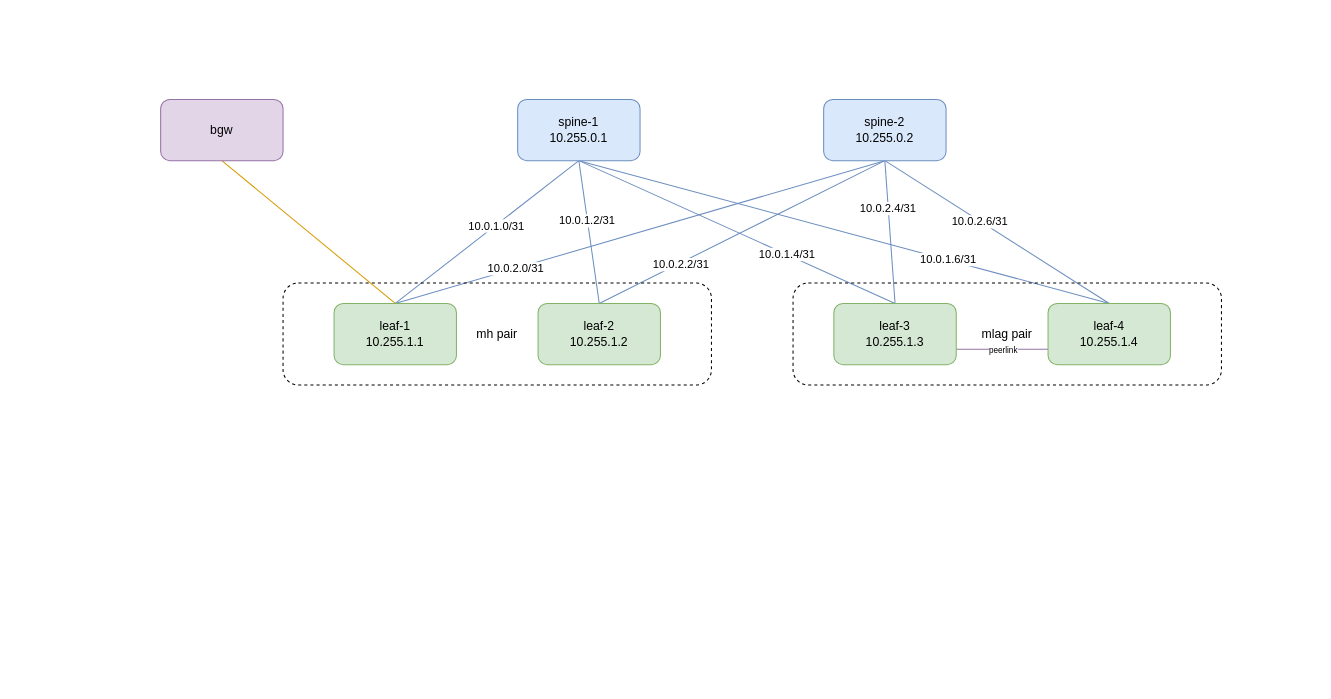
This is docs/topology.drawio from basiday/clab-dc-design-lab, a draw.io file, before an edit. Source tidied: cells renumbered, new cells numbered last; positions are measured from the earlier drawing's top-left corner, leaving out a move shared by most shapes. Both pictures are drawn from the tidied source at 102%, with x=0, y=0 at pixel (160, 99).
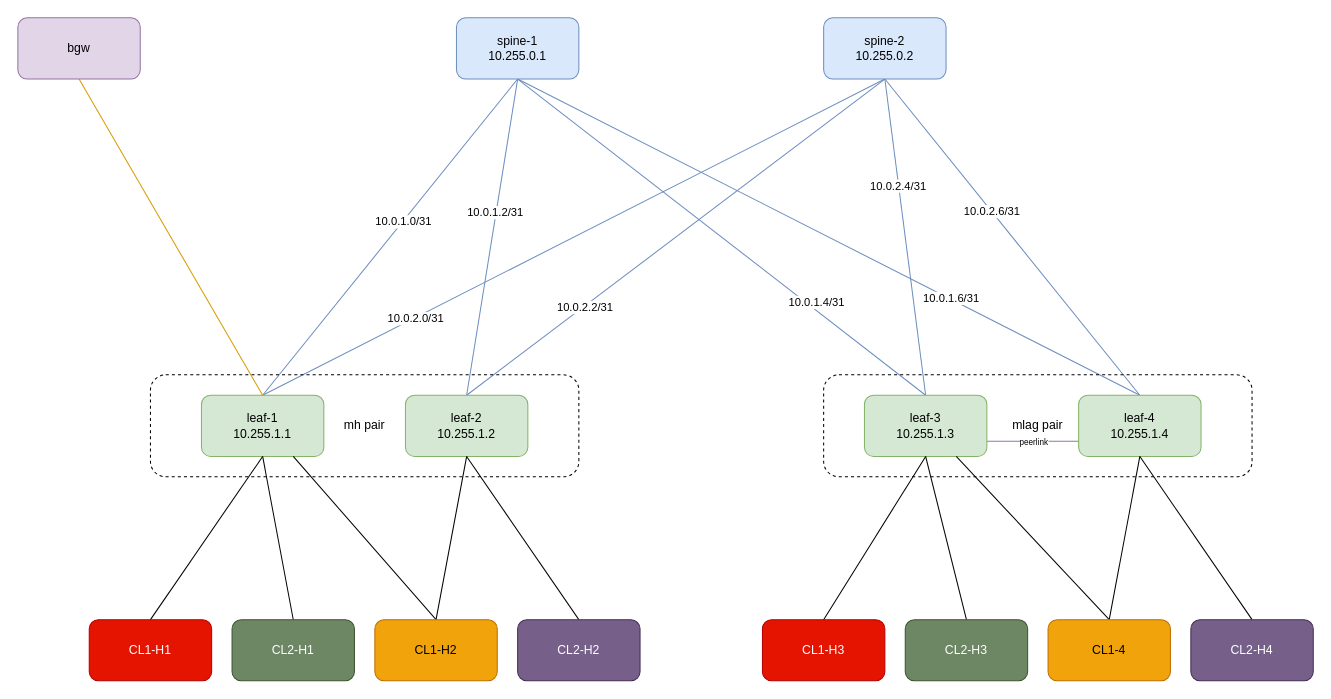
Above is the later version.

Unchanged cells that the change refers to:
```xml
<mxCell id="15" style="edgeStyle=none;html=1;endArrow=none;endFill=0;exitX=0.5;exitY=1;exitDx=0;exitDy=0;entryX=0.5;entryY=0;entryDx=0;entryDy=0;fillColor=#dae8fc;strokeColor=#6c8ebf;" parent="1" edge="1" source="19" target="26">
  <mxGeometry relative="1" as="geometry" />
</mxCell>
```

The edit, as a diff of the source:
```diff
@@
     <mxCell id="10" value="spine-2&lt;br&gt;&lt;span style=&quot;color: rgb(0, 0, 0);&quot;&gt;10.255.0.2&lt;/span&gt;" style="rounded=1;whiteSpace=wrap;html=1;roundedPerimeter=1;fillColor=#dae8fc;strokeColor=#6c8ebf;newEdgeStyle=%7B%22edgeStyle%22%3A%22none%22%2C%22html%22%3A%221%22%2C%22fillColor%22%3A%22%23dae8fc%22%2C%22strokeColor%22%3A%22%236c8ebf%22%2C%22endArrow%22%3A%22none%22%2C%22endFill%22%3A%220%22%7D;" parent="1" vertex="1">
-      <mxGeometry x="650" width="120" height="60" as="geometry" />
+      <mxGeometry x="650" y="-80" width="120" height="60" as="geometry" />
     </mxCell>
@@
     <mxCell id="16" value="10.0.1.4/31" style="edgeLabel;html=1;align=center;verticalAlign=middle;" parent="15" vertex="1">
-      <mxGeometry x="0.31" relative="1" as="geometry" />
+      <mxGeometry x="0.31" relative="1" as="geometry">
+        <mxPoint x="31" y="16" as="offset" />
+      </mxGeometry>
     </mxCell>
@@
     <mxCell id="19" value="spine-1&lt;br&gt;&lt;span style=&quot;color: rgb(0, 0, 0);&quot;&gt;10.255.0.1&lt;/span&gt;" style="rounded=1;whiteSpace=wrap;html=1;roundedPerimeter=1;newEdgeStyle=%7B%22edgeStyle%22%3A%22none%22%2C%22html%22%3A%221%22%2C%22endArrow%22%3A%22none%22%2C%22endFill%22%3A%220%22%7D;fillColor=#dae8fc;strokeColor=#6c8ebf;" parent="1" vertex="1">
-      <mxGeometry x="350" width="120" height="60" as="geometry" />
+      <mxGeometry x="290" y="-80" width="120" height="60" as="geometry" />
     </mxCell>
     <mxCell id="20" value="mh pair" style="rounded=1;whiteSpace=wrap;html=1;roundedPerimeter=1;fillColor=none;dashed=1;" parent="1" vertex="1">
-      <mxGeometry x="120" y="180" width="420" height="100" as="geometry" />
+      <mxGeometry x="-10" y="270" width="420" height="100" as="geometry" />
     </mxCell>
     <mxCell id="21" value="leaf-1&lt;br&gt;10.255.1.1" style="rounded=1;whiteSpace=wrap;html=1;roundedPerimeter=1;fillColor=#d5e8d4;strokeColor=#82b366;" parent="1" vertex="1">
-      <mxGeometry x="170" y="200" width="120" height="60" as="geometry" />
+      <mxGeometry x="40" y="290" width="120" height="60" as="geometry" />
     </mxCell>
     <mxCell id="22" value="leaf-2&lt;br&gt;&lt;span style=&quot;color: rgb(0, 0, 0);&quot;&gt;10.255.1.2&lt;/span&gt;" style="rounded=1;whiteSpace=wrap;html=1;roundedPerimeter=1;fillColor=#d5e8d4;strokeColor=#82b366;" parent="1" vertex="1">
-      <mxGeometry x="370" y="200" width="120" height="60" as="geometry" />
+      <mxGeometry x="240" y="290" width="120" height="60" as="geometry" />
     </mxCell>
     <mxCell id="23" value="mlag pair" style="rounded=1;whiteSpace=wrap;html=1;roundedPerimeter=1;fillColor=none;dashed=1;" parent="1" vertex="1">
-      <mxGeometry x="620" y="180" width="420" height="100" as="geometry" />
+      <mxGeometry x="650" y="270" width="420" height="100" as="geometry" />
     </mxCell>
@@
     <mxCell id="26" value="leaf-3&lt;br&gt;&lt;span style=&quot;color: rgb(0, 0, 0);&quot;&gt;10.255.1.3&lt;/span&gt;" style="rounded=1;whiteSpace=wrap;html=1;roundedPerimeter=1;fillColor=#d5e8d4;strokeColor=#82b366;" parent="1" vertex="1">
-      <mxGeometry x="660" y="200" width="120" height="60" as="geometry" />
+      <mxGeometry x="690" y="290" width="120" height="60" as="geometry" />
     </mxCell>
     <mxCell id="27" value="leaf-4&lt;br&gt;&lt;span style=&quot;color: rgb(0, 0, 0);&quot;&gt;10.255.1.4&lt;/span&gt;" style="rounded=1;whiteSpace=wrap;html=1;roundedPerimeter=1;fillColor=#d5e8d4;strokeColor=#82b366;" parent="1" vertex="1">
-      <mxGeometry x="870" y="200" width="120" height="60" as="geometry" />
+      <mxGeometry x="900" y="290" width="120" height="60" as="geometry" />
     </mxCell>
@@
     <mxCell id="29" value="bgw" style="rounded=1;whiteSpace=wrap;html=1;roundedPerimeter=1;fillColor=#e1d5e7;strokeColor=#9673a6;" parent="1" vertex="1">
-      <mxGeometry width="120" height="60" as="geometry" />
+      <mxGeometry x="-140" y="-80" width="120" height="60" as="geometry" />
     </mxCell>
+    <mxCell id="30" style="edgeStyle=none;html=1;exitX=0.5;exitY=0;exitDx=0;exitDy=0;entryX=0.5;entryY=1;entryDx=0;entryDy=0;endArrow=none;endFill=0;" parent="1" edge="1" source="31" target="21">
+      <mxGeometry relative="1" as="geometry" />
+    </mxCell>
+    <mxCell id="31" value="CL1-H1" style="rounded=1;whiteSpace=wrap;html=1;roundedPerimeter=1;fillColor=#e51400;strokeColor=#B20000;fontColor=#ffffff;" parent="1" vertex="1">
+      <mxGeometry x="-70" y="510" width="120" height="60" as="geometry" />
+    </mxCell>
+    <mxCell id="32" style="edgeStyle=none;html=1;exitX=0.5;exitY=0;exitDx=0;exitDy=0;entryX=0.5;entryY=1;entryDx=0;entryDy=0;endArrow=none;endFill=0;" parent="1" edge="1" source="33" target="21">
+      <mxGeometry relative="1" as="geometry" />
+    </mxCell>
+    <mxCell id="33" value="CL2-H1" style="rounded=1;whiteSpace=wrap;html=1;roundedPerimeter=1;fillColor=#6d8764;fontColor=#ffffff;strokeColor=#3A5431;" parent="1" vertex="1">
+      <mxGeometry x="70" y="510" width="120" height="60" as="geometry" />
+    </mxCell>
+    <mxCell id="34" style="edgeStyle=none;html=1;exitX=0.5;exitY=0;exitDx=0;exitDy=0;entryX=0.5;entryY=1;entryDx=0;entryDy=0;endArrow=none;endFill=0;" parent="1" edge="1" source="36" target="22">
+      <mxGeometry relative="1" as="geometry" />
+    </mxCell>
+    <mxCell id="35" style="edgeStyle=none;html=1;exitX=0.5;exitY=0;exitDx=0;exitDy=0;entryX=0.75;entryY=1;entryDx=0;entryDy=0;endArrow=none;endFill=0;" parent="1" edge="1" source="36" target="21">
+      <mxGeometry relative="1" as="geometry" />
+    </mxCell>
+    <mxCell id="36" value="CL1-H2" style="rounded=1;whiteSpace=wrap;html=1;roundedPerimeter=1;fillColor=#f0a30a;strokeColor=#BD7000;fontColor=#000000;" parent="1" vertex="1">
+      <mxGeometry x="210" y="510" width="120" height="60" as="geometry" />
+    </mxCell>
+    <mxCell id="37" style="edgeStyle=none;html=1;exitX=0.5;exitY=0;exitDx=0;exitDy=0;entryX=0.5;entryY=1;entryDx=0;entryDy=0;endArrow=none;endFill=0;" parent="1" edge="1" source="38" target="22">
+      <mxGeometry relative="1" as="geometry" />
+    </mxCell>
+    <mxCell id="38" value="CL2-H2" style="rounded=1;whiteSpace=wrap;html=1;roundedPerimeter=1;fillColor=#76608a;fontColor=#ffffff;strokeColor=#432D57;" parent="1" vertex="1">
+      <mxGeometry x="350" y="510" width="120" height="60" as="geometry" />
+    </mxCell>
+    <mxCell id="39" style="edgeStyle=none;html=1;exitX=0.5;exitY=0;exitDx=0;exitDy=0;entryX=0.5;entryY=1;entryDx=0;entryDy=0;endArrow=none;endFill=0;" parent="1" edge="1" source="40" target="26">
+      <mxGeometry relative="1" as="geometry" />
+    </mxCell>
+    <mxCell id="40" value="CL1-H3" style="rounded=1;whiteSpace=wrap;html=1;roundedPerimeter=1;fillColor=#e51400;strokeColor=#B20000;fontColor=#ffffff;" parent="1" vertex="1">
+      <mxGeometry x="590" y="510" width="120" height="60" as="geometry" />
+    </mxCell>
+    <mxCell id="41" style="edgeStyle=none;html=1;exitX=0.5;exitY=0;exitDx=0;exitDy=0;entryX=0.5;entryY=1;entryDx=0;entryDy=0;endArrow=none;endFill=0;" parent="1" edge="1" source="42" target="26">
+      <mxGeometry relative="1" as="geometry" />
+    </mxCell>
+    <mxCell id="42" value="CL2-H3" style="rounded=1;whiteSpace=wrap;html=1;roundedPerimeter=1;fillColor=#6d8764;fontColor=#ffffff;strokeColor=#3A5431;" parent="1" vertex="1">
+      <mxGeometry x="730" y="510" width="120" height="60" as="geometry" />
+    </mxCell>
+    <mxCell id="43" style="edgeStyle=none;html=1;exitX=0.5;exitY=0;exitDx=0;exitDy=0;entryX=0.75;entryY=1;entryDx=0;entryDy=0;endArrow=none;endFill=0;" parent="1" edge="1" source="45" target="26">
+      <mxGeometry relative="1" as="geometry" />
+    </mxCell>
+    <mxCell id="44" style="edgeStyle=none;html=1;exitX=0.5;exitY=0;exitDx=0;exitDy=0;entryX=0.5;entryY=1;entryDx=0;entryDy=0;endArrow=none;endFill=0;" parent="1" edge="1" source="45" target="27">
+      <mxGeometry relative="1" as="geometry" />
+    </mxCell>
+    <mxCell id="45" value="CL1-4" style="rounded=1;whiteSpace=wrap;html=1;roundedPerimeter=1;fillColor=#f0a30a;strokeColor=#BD7000;fontColor=#000000;" parent="1" vertex="1">
+      <mxGeometry x="870" y="510" width="120" height="60" as="geometry" />
+    </mxCell>
+    <mxCell id="46" style="edgeStyle=none;html=1;exitX=0.5;exitY=0;exitDx=0;exitDy=0;entryX=0.5;entryY=1;entryDx=0;entryDy=0;endArrow=none;endFill=0;" parent="1" edge="1" source="47" target="27">
+      <mxGeometry relative="1" as="geometry" />
+    </mxCell>
+    <mxCell id="47" value="CL2-H4" style="rounded=1;whiteSpace=wrap;html=1;roundedPerimeter=1;fillColor=#76608a;fontColor=#ffffff;strokeColor=#432D57;" parent="1" vertex="1">
+      <mxGeometry x="1010" y="510" width="120" height="60" as="geometry" />
+    </mxCell>
```
